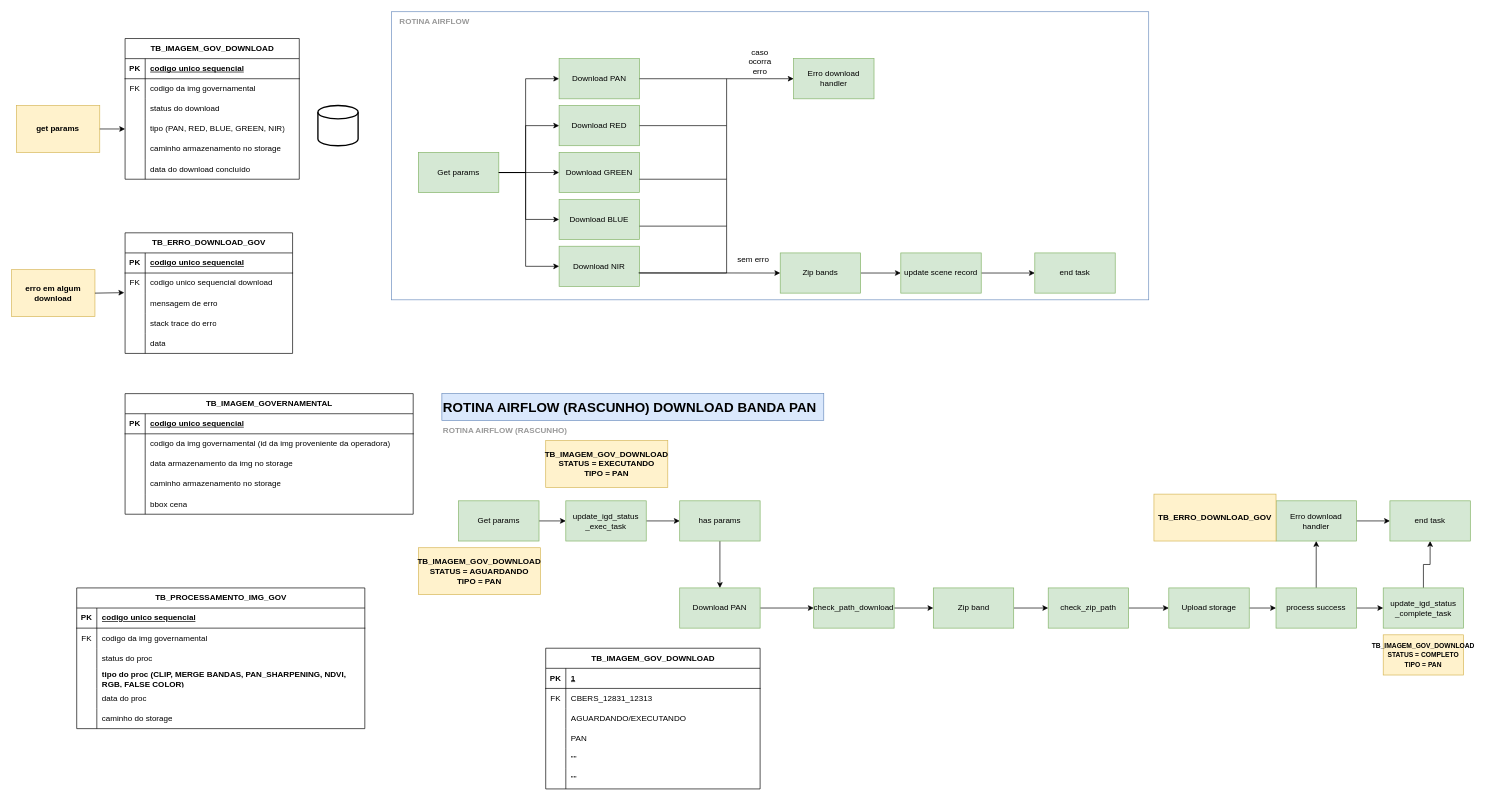
The draw.io diagram page "Fluxograma Download" (3 of 3) of API_INDICES_HD.drawio in gabrielk-visiona/data-teste, before the edit. Source tidied: cells renumbered, new cells numbered last; positions are measured from the earlier drawing's top-left corner, leaving out a move shared by most shapes. Both pictures are drawn from the tidied source at 67%, with x=0, y=0 at pixel (11, 11).
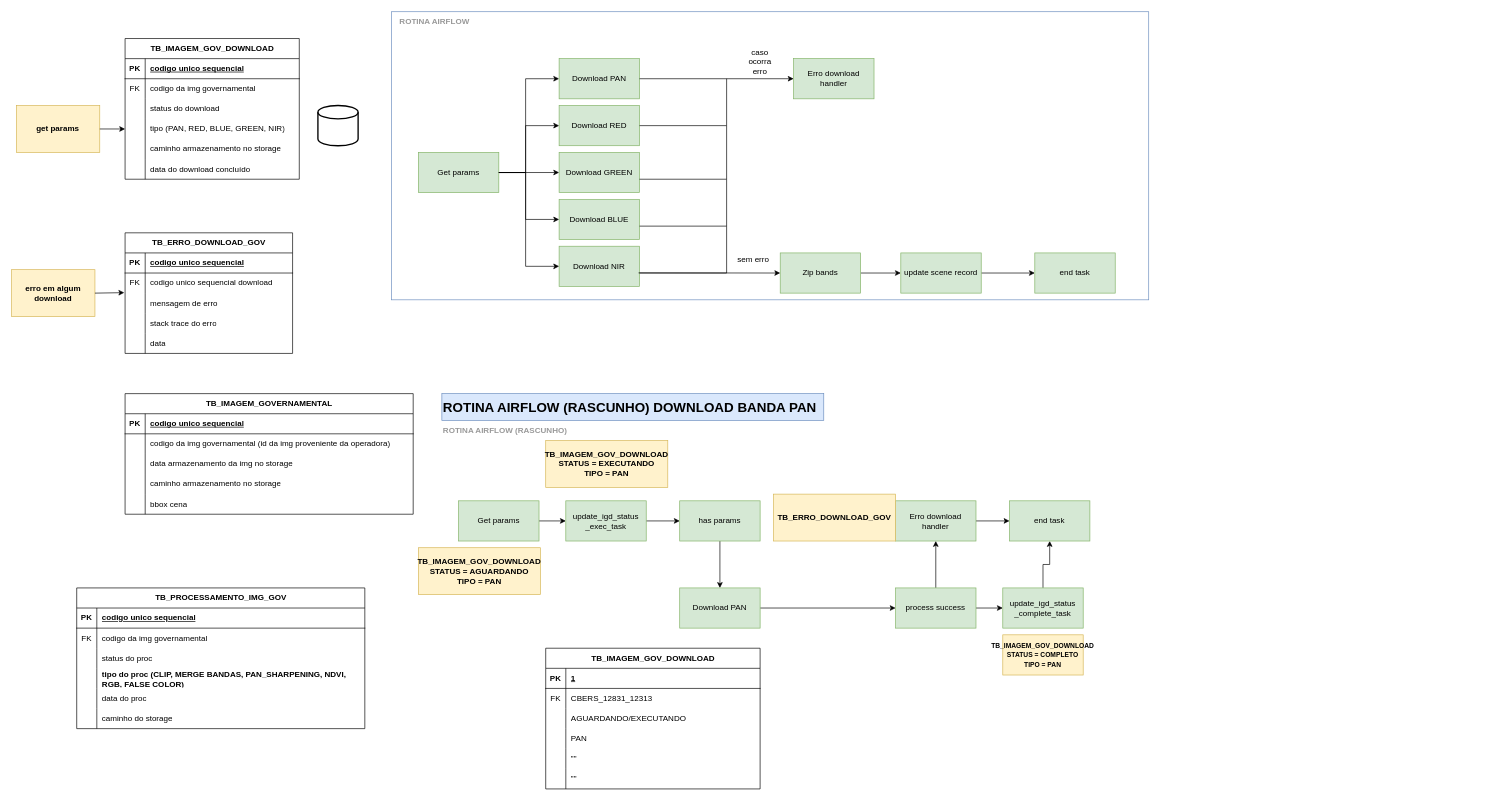
Above is the later version.

The change refers to these unchanged cells:
```xml
<mxCell id="89" value="Download PAN" style="rounded=0;whiteSpace=wrap;html=1;fillColor=#d5e8d4;strokeColor=#82b366;" parent="1" vertex="1">
  <mxGeometry x="997" y="860" width="120" height="60" as="geometry" />
</mxCell>
```

Diff of the diagram source:
```diff
@@
-    <mxCell id="88" style="edgeStyle=orthogonalEdgeStyle;rounded=0;jettySize=auto;html=1;" parent="1" edge="1" source="89" target="150">
-      <mxGeometry relative="1" as="geometry" />
-    </mxCell>
+    <mxCell id="153" style="edgeStyle=orthogonalEdgeStyle;rounded=0;jettySize=auto;html=1;entryX=0;entryY=0.5;entryDx=0;entryDy=0;" parent="1" edge="1" source="89" target="101">
+      <mxGeometry relative="1" as="geometry" />
+    </mxCell>
@@
-    <mxCell id="90" style="edgeStyle=orthogonalEdgeStyle;rounded=0;jettySize=auto;html=1;" parent="1" edge="1" source="91" target="152">
-      <mxGeometry relative="1" as="geometry" />
-    </mxCell>
-    <mxCell id="91" value="Zip band" style="rounded=0;whiteSpace=wrap;html=1;fillColor=#d5e8d4;strokeColor=#82b366;" parent="1" vertex="1">
-      <mxGeometry x="1375.5" y="860" width="120" height="60" as="geometry" />
-    </mxCell>
@@
     <mxCell id="93" value="update_igd_status&lt;div&gt;_complete_task&lt;/div&gt;" style="rounded=0;whiteSpace=wrap;html=1;fillColor=#d5e8d4;strokeColor=#82b366;" parent="1" vertex="1">
-      <mxGeometry x="2047" y="860" width="120" height="60" as="geometry" />
+      <mxGeometry x="1479.2" y="860" width="120" height="60" as="geometry" />
     </mxCell>
     <mxCell id="94" value="end task" style="whiteSpace=wrap;html=1;fillColor=#d5e8d4;strokeColor=#82b366;rounded=0;" parent="1" vertex="1">
-      <mxGeometry x="2057" y="730" width="120" height="60" as="geometry" />
+      <mxGeometry x="1489.2" y="730" width="120" height="60" as="geometry" />
     </mxCell>
@@
     <mxCell id="96" value="Erro download handler" style="rounded=0;whiteSpace=wrap;html=1;fillColor=#d5e8d4;strokeColor=#82b366;" parent="1" vertex="1">
-      <mxGeometry x="1887" y="730" width="120" height="60" as="geometry" />
+      <mxGeometry x="1319.2" y="730" width="120" height="60" as="geometry" />
     </mxCell>
@@
     <mxCell id="101" value="process success" style="rounded=0;whiteSpace=wrap;html=1;fillColor=#d5e8d4;strokeColor=#82b366;" parent="1" vertex="1">
-      <mxGeometry x="1887" y="860" width="120" height="60" as="geometry" />
+      <mxGeometry x="1319.2" y="860" width="120" height="60" as="geometry" />
     </mxCell>
@@
-    <mxCell id="124" style="edgeStyle=orthogonalEdgeStyle;rounded=0;jettySize=auto;html=1;" parent="1" edge="1" source="125" target="101">
-      <mxGeometry relative="1" as="geometry" />
-    </mxCell>
-    <mxCell id="125" value="Upload storage" style="rounded=0;whiteSpace=wrap;html=1;fillColor=#d5e8d4;strokeColor=#82b366;" parent="1" vertex="1">
-      <mxGeometry x="1727" y="860" width="120" height="60" as="geometry" />
-    </mxCell>
@@
     <mxCell id="128" value="&lt;font style=&quot;font-size: 10px;&quot;&gt;&lt;span style=&quot;text-wrap: nowrap;&quot;&gt;TB_IMAGEM_GOV_DOWNLOAD&lt;/span&gt;&lt;br&gt;&lt;/font&gt;&lt;div&gt;&lt;font style=&quot;font-size: 10px;&quot;&gt;STATUS = COMPLETO&lt;span&gt;&lt;br&gt;&lt;/span&gt;&lt;/font&gt;&lt;/div&gt;&lt;div&gt;&lt;font style=&quot;font-size: 10px;&quot;&gt;TIPO = PAN&lt;/font&gt;&lt;/div&gt;" style="text;html=1;align=center;verticalAlign=middle;whiteSpace=wrap;rounded=0;fillColor=#fff2cc;strokeColor=#d6b656;fontStyle=1;" parent="1" vertex="1">
-      <mxGeometry x="2047" y="930" width="120" height="60" as="geometry" />
+      <mxGeometry x="1479.2" y="930" width="120" height="60" as="geometry" />
     </mxCell>
     <mxCell id="129" value="&lt;span style=&quot;text-wrap: nowrap;&quot;&gt;TB_ERRO_DOWNLOAD_GOV&lt;/span&gt;" style="text;html=1;align=center;verticalAlign=middle;whiteSpace=wrap;rounded=0;fillColor=#fff2cc;strokeColor=#d6b656;fontStyle=1;" parent="1" vertex="1">
-      <mxGeometry x="1704.8" y="720" width="182.2" height="70" as="geometry" />
+      <mxGeometry x="1137" y="720" width="182.2" height="70" as="geometry" />
     </mxCell>
@@
-    <mxCell id="149" style="edgeStyle=orthogonalEdgeStyle;rounded=0;jettySize=auto;html=1;" parent="1" edge="1" source="150" target="91">
-      <mxGeometry relative="1" as="geometry" />
-    </mxCell>
-    <mxCell id="150" value="check_path_download" style="whiteSpace=wrap;html=1;fillColor=#d5e8d4;strokeColor=#82b366;rounded=0;" parent="1" vertex="1">
-      <mxGeometry x="1197" y="860" width="120" height="60" as="geometry" />
-    </mxCell>
-    <mxCell id="151" style="edgeStyle=orthogonalEdgeStyle;rounded=0;jettySize=auto;html=1;" parent="1" edge="1" source="152" target="125">
-      <mxGeometry relative="1" as="geometry" />
-    </mxCell>
-    <mxCell id="152" value="check_zip_path" style="whiteSpace=wrap;html=1;fillColor=#d5e8d4;strokeColor=#82b366;rounded=0;" parent="1" vertex="1">
-      <mxGeometry x="1547" y="860" width="120" height="60" as="geometry" />
-    </mxCell>
```
